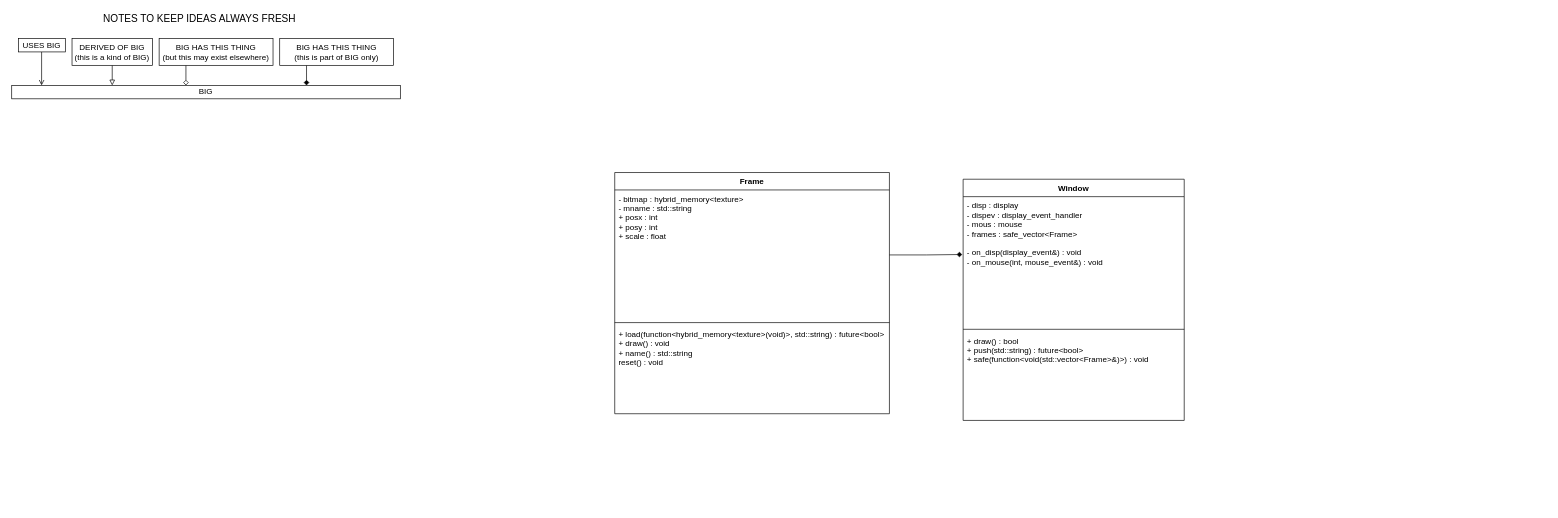
Above: Diagrams/ImageViewer_V4.drawio in Lohkdesgds/ImageViewer (draw.io), before the change. Source tidied: cells renumbered, new cells numbered last; positions are measured from the earlier drawing's top-left corner, leaving out a move shared by most shapes. Both pictures are drawn from the tidied source at 67%, with x=0, y=0 at pixel (11, 11).
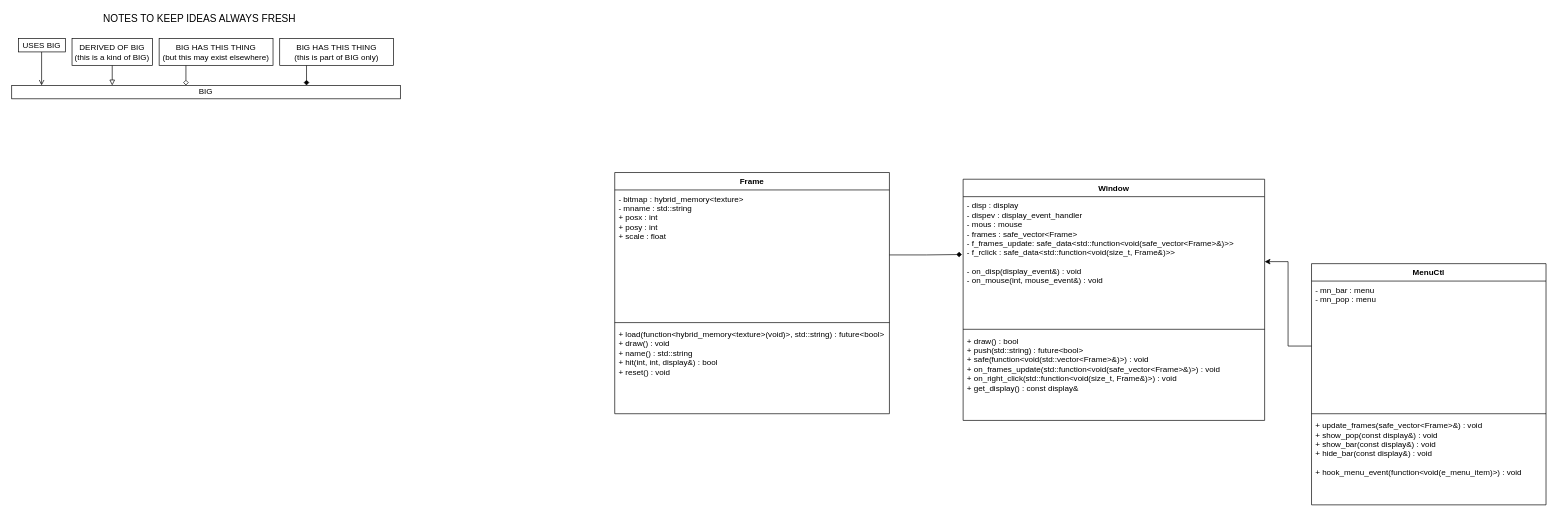
After the change.

Commit message (it also covers changes not shown here):
Right click works, menu works, things are happening - This is mostly backup, sorry, I'm tired, good night.

Unchanged cells that the change refers to:
```xml
<mxCell id="12" value="Frame" style="swimlane;fontStyle=1;align=center;verticalAlign=top;horizontal=1;startSize=26;" parent="1" vertex="1">
  <mxGeometry x="900" y="240" width="410" height="360" as="geometry" />
</mxCell>
```

What changed in the source:
```diff
@@
-    <mxCell id="15" value="+ load(function&lt;hybrid_memory&lt;texture&gt;(void)&gt;, std::string) : future&lt;bool&gt;&#10;+ draw() : void&#10;+ name() : std::string&#10;reset() : void" style="text;strokeColor=none;fillColor=none;align=left;verticalAlign=top;spacingLeft=4;spacingRight=4;overflow=hidden;" parent="12" vertex="1">
+    <mxCell id="15" value="+ load(function&lt;hybrid_memory&lt;texture&gt;(void)&gt;, std::string) : future&lt;bool&gt;&#10;+ draw() : void&#10;+ name() : std::string&#10;+ hit(int, int, display&amp;) : bool&#10;+ reset() : void" style="text;strokeColor=none;fillColor=none;align=left;verticalAlign=top;spacingLeft=4;spacingRight=4;overflow=hidden;" parent="12" vertex="1">
       <mxGeometry y="228" width="410" height="132" as="geometry" />
     </mxCell>
     <mxCell id="16" value="Window" style="swimlane;fontStyle=1;align=center;verticalAlign=top;horizontal=1;startSize=26;" parent="1" vertex="1">
-      <mxGeometry x="1420" y="250" width="330" height="360" as="geometry" />
+      <mxGeometry x="1420" y="250" width="450" height="360" as="geometry" />
     </mxCell>
-    <mxCell id="17" value="- disp : display&#10;- dispev : display_event_handler&#10;- mous : mouse&#10;- frames : safe_vector&lt;Frame&gt;&#10;&#10;- on_disp(display_event&amp;) : void&#10;- on_mouse(int, mouse_event&amp;) : void" style="text;strokeColor=none;fillColor=none;align=left;verticalAlign=top;spacingLeft=4;spacingRight=4;overflow=hidden;points=[[0,0.5],[1,0.5]];portConstraint=eastwest;" parent="16" vertex="1">
-      <mxGeometry y="26" width="330" height="194" as="geometry" />
+    <mxCell id="17" value="- disp : display&#10;- dispev : display_event_handler&#10;- mous : mouse&#10;- frames : safe_vector&lt;Frame&gt;&#10;- f_frames_update: safe_data&lt;std::function&lt;void(safe_vector&lt;Frame&gt;&amp;)&gt;&gt;&#10;- f_rclick : safe_data&lt;std::function&lt;void(size_t, Frame&amp;)&gt;&gt;&#10;&#10;- on_disp(display_event&amp;) : void&#10;- on_mouse(int, mouse_event&amp;) : void" style="text;strokeColor=none;fillColor=none;align=left;verticalAlign=top;spacingLeft=4;spacingRight=4;overflow=hidden;points=[[0,0.5],[1,0.5]];portConstraint=eastwest;" parent="16" vertex="1">
+      <mxGeometry y="26" width="450" height="194" as="geometry" />
     </mxCell>
     <mxCell id="18" style="line;strokeWidth=1;fillColor=none;align=left;verticalAlign=middle;spacingTop=-1;spacingLeft=3;spacingRight=3;labelPosition=right;" parent="16" vertex="1">
-      <mxGeometry y="220" width="330" height="8" as="geometry" />
+      <mxGeometry y="220" width="450" height="8" as="geometry" />
     </mxCell>
-    <mxCell id="19" value="+ draw() : bool&#10;+ push(std::string) : future&lt;bool&gt;&#10;+ safe(function&lt;void(std::vector&lt;Frame&gt;&amp;)&gt;) : void" style="text;strokeColor=none;fillColor=none;align=left;verticalAlign=top;spacingLeft=4;spacingRight=4;overflow=hidden;" parent="16" vertex="1">
-      <mxGeometry y="228" width="330" height="132" as="geometry" />
+    <mxCell id="19" value="+ draw() : bool&#10;+ push(std::string) : future&lt;bool&gt;&#10;+ safe(function&lt;void(std::vector&lt;Frame&gt;&amp;)&gt;) : void&#10;+ on_frames_update(std::function&lt;void(safe_vector&lt;Frame&gt;&amp;)&gt;) : void&#10;+ on_right_click(std::function&lt;void(size_t, Frame&amp;)&gt;) : void&#10;+ get_display() : const display&amp;" style="text;strokeColor=none;fillColor=none;align=left;verticalAlign=top;spacingLeft=4;spacingRight=4;overflow=hidden;" parent="16" vertex="1">
+      <mxGeometry y="228" width="450" height="132" as="geometry" />
     </mxCell>
@@
+    <mxCell id="21" value="MenuCtl" style="swimlane;fontStyle=1;align=center;verticalAlign=top;horizontal=1;startSize=26;" parent="1" vertex="1">
+      <mxGeometry x="1940" y="376" width="350" height="360" as="geometry" />
+    </mxCell>
+    <mxCell id="22" value="- mn_bar : menu&#10;- mn_pop : menu" style="text;strokeColor=none;fillColor=none;align=left;verticalAlign=top;spacingLeft=4;spacingRight=4;overflow=hidden;points=[[0,0.5],[1,0.5]];portConstraint=eastwest;" parent="21" vertex="1">
+      <mxGeometry y="26" width="350" height="194" as="geometry" />
+    </mxCell>
+    <mxCell id="23" style="line;strokeWidth=1;fillColor=none;align=left;verticalAlign=middle;spacingTop=-1;spacingLeft=3;spacingRight=3;labelPosition=right;" parent="21" vertex="1">
+      <mxGeometry y="220" width="350" height="8" as="geometry" />
+    </mxCell>
+    <mxCell id="24" value="+ update_frames(safe_vector&lt;Frame&gt;&amp;) : void&#10;+ show_pop(const display&amp;) : void&#10;+ show_bar(const display&amp;) : void&#10;+ hide_bar(const display&amp;) : void&#10;&#10;+ hook_menu_event(function&lt;void(e_menu_item)&gt;) : void" style="text;strokeColor=none;fillColor=none;align=left;verticalAlign=top;spacingLeft=4;spacingRight=4;overflow=hidden;" parent="21" vertex="1">
+      <mxGeometry y="228" width="350" height="132" as="geometry" />
+    </mxCell>
+    <mxCell id="25" style="edgeStyle=orthogonalEdgeStyle;rounded=0;jettySize=auto;html=1;entryX=1;entryY=0.5;entryDx=0;entryDy=0;" parent="1" edge="1" source="22" target="17">
+      <mxGeometry relative="1" as="geometry" />
+    </mxCell>
```
